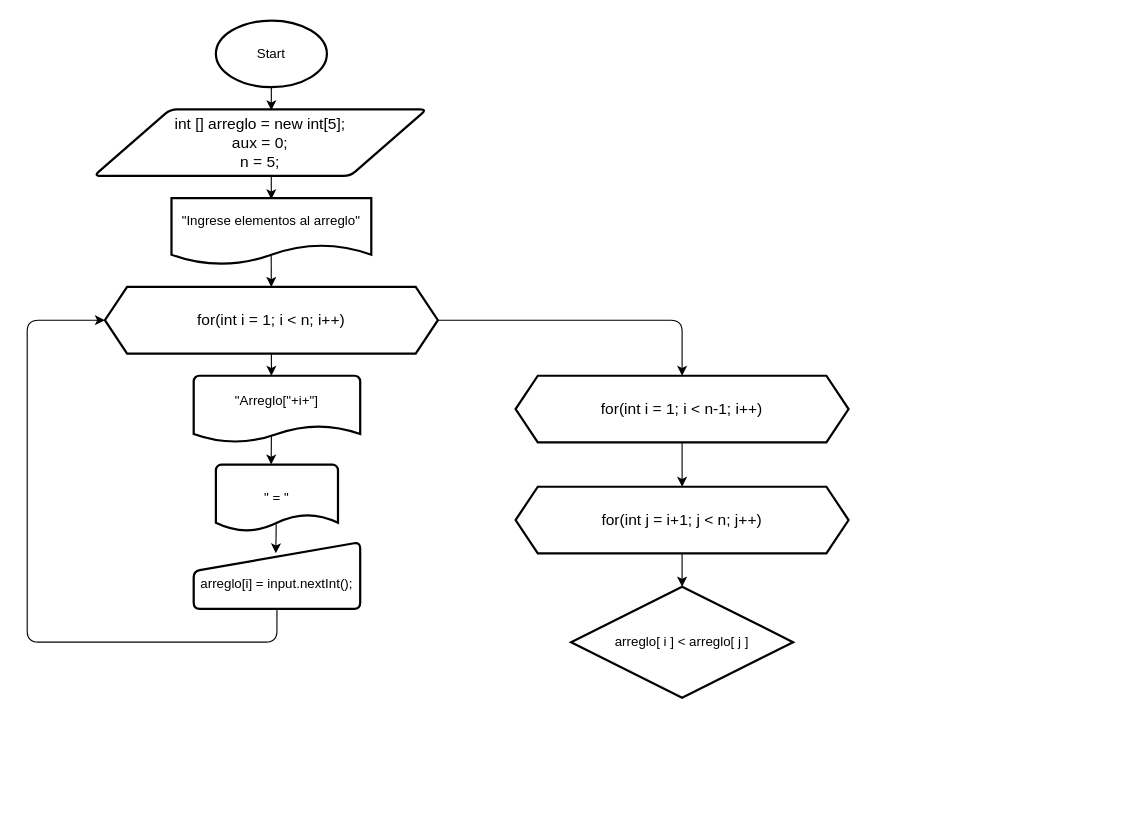
Earlier version of the draw.io diagram MetodoBurbuja.drawio (AnthonyLozadaAlexander/DiagramaDeFlujos). Source tidied: cells renumbered, new cells numbered last; positions are measured from the earlier drawing's top-left corner, leaving out a move shared by most shapes. Both pictures are drawn from the tidied source at 111%, with x=0, y=0 at pixel (27, 20).
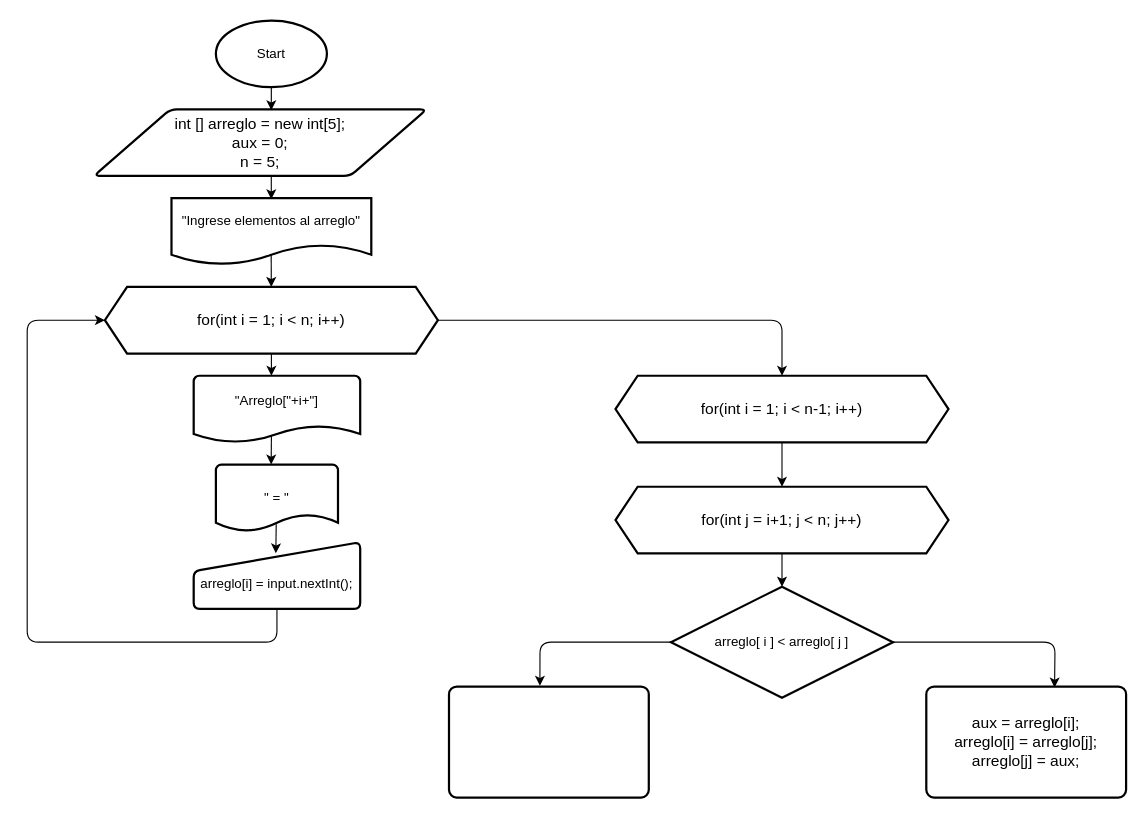
The same page after the edit.

Commit message:
Actualizar diagrama de flujo del método burbuja para mejorar la disposición de los elementos y corregir la lógica de los bucles.

The change refers to these unchanged cells:
```xml
<mxCell id="7" value="for(int i = 1; i &amp;lt; n; i++)" style="shape=hexagon;perimeter=hexagonPerimeter2;whiteSpace=wrap;html=1;fixedSize=1;strokeWidth=2;fontSize=14;" parent="1" vertex="1">
  <mxGeometry x="70" y="240" width="300" height="60" as="geometry" />
</mxCell>
```

Change to the diagram source:
```diff
@@
     <mxCell id="6" style="edgeStyle=none;html=1;exitX=1;exitY=0.5;exitDx=0;exitDy=0;entryX=0.5;entryY=0;entryDx=0;entryDy=0;" parent="1" edge="1" source="7" target="18">
       <mxGeometry relative="1" as="geometry">
         <Array as="points">
-          <mxPoint x="590" y="270" />
+          <mxPoint x="680" y="270" />
         </Array>
       </mxGeometry>
     </mxCell>
@@
     <mxCell id="18" value="for(int i = 1; i &amp;lt; n-1; i++)" style="shape=hexagon;perimeter=hexagonPerimeter2;whiteSpace=wrap;html=1;fixedSize=1;strokeWidth=2;fontSize=14;" parent="1" vertex="1">
-      <mxGeometry x="440" y="320" width="300" height="60" as="geometry" />
+      <mxGeometry x="530" y="320" width="300" height="60" as="geometry" />
     </mxCell>
@@
     <mxCell id="20" value="for(int j = i+1; j &amp;lt; n; j++)" style="shape=hexagon;perimeter=hexagonPerimeter2;whiteSpace=wrap;html=1;fixedSize=1;strokeWidth=2;fontSize=14;" parent="1" vertex="1">
-      <mxGeometry x="440" y="420" width="300" height="60" as="geometry" />
+      <mxGeometry x="530" y="420" width="300" height="60" as="geometry" />
     </mxCell>
+    <mxCell id="22" style="edgeStyle=none;html=1;entryX=0.642;entryY=0.009;entryDx=0;entryDy=0;entryPerimeter=0;exitX=1;exitY=0.5;exitDx=0;exitDy=0;exitPerimeter=0;" parent="1" edge="1" source="21" target="24">
+      <mxGeometry relative="1" as="geometry">
+        <Array as="points">
+          <mxPoint x="926" y="560" />
+        </Array>
+      </mxGeometry>
+    </mxCell>
+    <mxCell id="23" style="edgeStyle=none;html=1;entryX=0.455;entryY=-0.007;entryDx=0;entryDy=0;entryPerimeter=0;" parent="1" edge="1" source="21" target="25">
+      <mxGeometry relative="1" as="geometry">
+        <Array as="points">
+          <mxPoint x="462" y="560" />
+        </Array>
+      </mxGeometry>
+    </mxCell>
     <mxCell id="21" value="arreglo[ i ] &amp;lt; arreglo[ j ]" style="strokeWidth=2;html=1;shape=mxgraph.flowchart.decision;whiteSpace=wrap;" parent="1" vertex="1">
-      <mxGeometry x="490" y="510" width="200" height="100" as="geometry" />
+      <mxGeometry x="580" y="510" width="200" height="100" as="geometry" />
     </mxCell>
+    <mxCell id="24" value="aux = arreglo[i];&lt;div&gt;arreglo[i] = arreglo[j];&lt;/div&gt;&lt;div&gt;arreglo[j] = aux;&lt;/div&gt;" style="rounded=1;whiteSpace=wrap;html=1;absoluteArcSize=1;arcSize=14;strokeWidth=2;fontSize=14;" parent="1" vertex="1">
+      <mxGeometry x="810" y="600" width="180" height="100" as="geometry" />
+    </mxCell>
+    <mxCell id="25" style="rounded=1;whiteSpace=wrap;html=1;absoluteArcSize=1;arcSize=14;strokeWidth=2;" parent="1" vertex="1">
+      <mxGeometry x="380" y="600" width="180" height="100" as="geometry" />
+    </mxCell>
```
